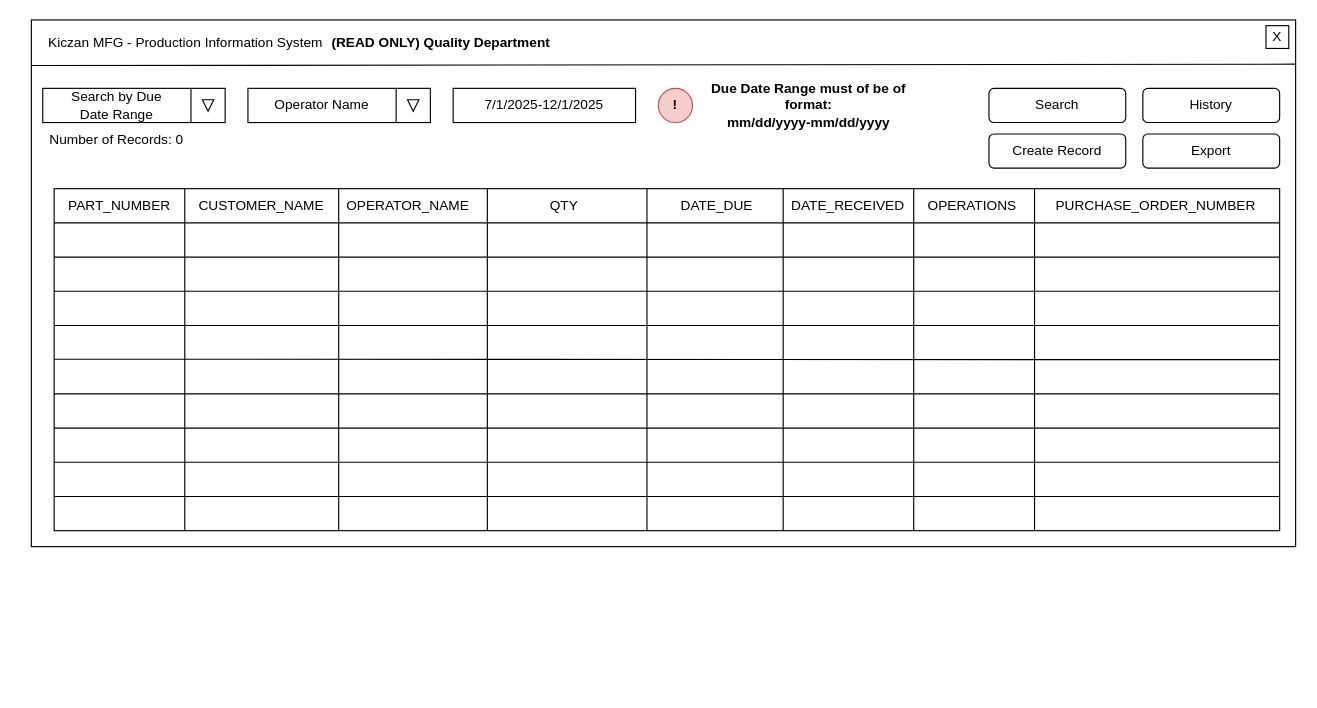
JrST90/Team2CapstoneProject keeps this draw.io diagram as Main User Interface Wireframe Search By Due Date Range (READONLY) VALIDATION ERROR.drawio. Above is the earlier version. Source tidied: cells renumbered, new cells numbered last; positions are measured from the earlier drawing's top-left corner, leaving out a move shared by most shapes. Both pictures are drawn from the tidied source at 114%, with x=0, y=0 at pixel (19, 19).
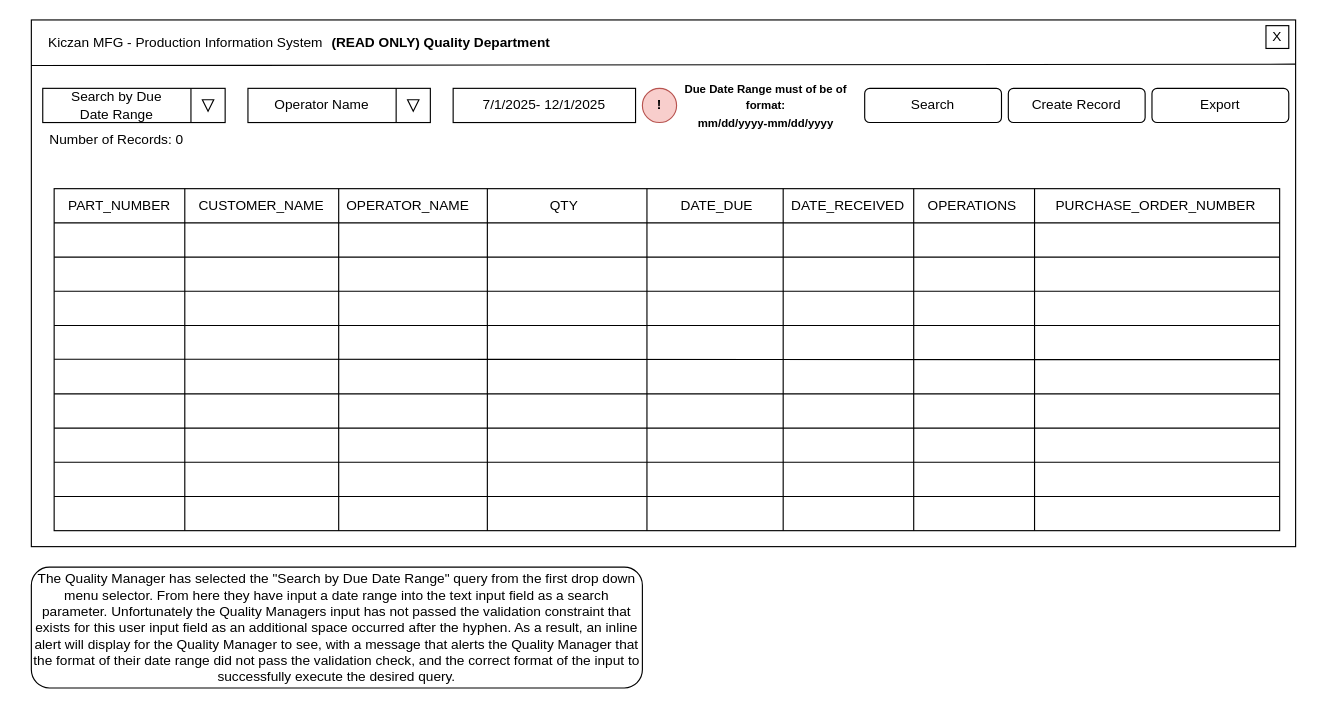
The same diagram, later.

Diff of the diagram source:
```diff
@@
-    <mxCell id="8" value="7/1/2025-12/1/2025" style="rounded=0;whiteSpace=wrap;html=1;" parent="1" vertex="1">
+    <mxCell id="8" value="7/1/2025- 12/1/2025" style="rounded=0;whiteSpace=wrap;html=1;" parent="1" vertex="1">
       <mxGeometry x="380" y="60" width="160" height="30" as="geometry" />
     </mxCell>
     <mxCell id="9" value="Search" style="rounded=1;whiteSpace=wrap;html=1;" parent="1" vertex="1">
-      <mxGeometry x="850" y="60" width="120" height="30" as="geometry" />
+      <mxGeometry x="741" y="60" width="120" height="30" as="geometry" />
     </mxCell>
@@
     <mxCell id="31" value="Create Record" style="rounded=1;whiteSpace=wrap;html=1;" parent="1" vertex="1">
-      <mxGeometry x="850" y="100" width="120" height="30" as="geometry" />
+      <mxGeometry x="867" y="60" width="120" height="30" as="geometry" />
     </mxCell>
@@
-    <mxCell id="43" value="History" style="rounded=1;whiteSpace=wrap;html=1;" parent="1" vertex="1">
-      <mxGeometry x="985" y="60" width="120" height="30" as="geometry" />
-    </mxCell>
     <mxCell id="44" value="Export" style="rounded=1;whiteSpace=wrap;html=1;" parent="1" vertex="1">
-      <mxGeometry x="985" y="100" width="120" height="30" as="geometry" />
+      <mxGeometry x="993" y="60" width="120" height="30" as="geometry" />
     </mxCell>
@@
     <mxCell id="46" value="&lt;b&gt;!&lt;/b&gt;" style="ellipse;whiteSpace=wrap;html=1;fillColor=#f8cecc;strokeColor=#b85450;" parent="1" vertex="1">
-      <mxGeometry x="560" y="60" width="30" height="30" as="geometry" />
+      <mxGeometry x="546" y="60" width="30" height="30" as="geometry" />
     </mxCell>
-    <mxCell id="47" value="&lt;b&gt;Due Date Range must of be of format:&lt;/b&gt;&lt;div&gt;&lt;b&gt;mm/dd/yyyy-mm/dd/yyyy&lt;/b&gt;&lt;/div&gt;" style="text;html=1;whiteSpace=wrap;strokeColor=none;fillColor=none;align=center;verticalAlign=middle;rounded=0;" parent="1" vertex="1">
-      <mxGeometry x="600" y="60" width="184" height="30" as="geometry" />
+    <mxCell id="47" value="&lt;b&gt;&lt;font style=&quot;font-size: 10px;&quot;&gt;Due Date Range must of be of format:&lt;/font&gt;&lt;/b&gt;&lt;div&gt;&lt;b&gt;&lt;font style=&quot;font-size: 10px;&quot;&gt;mm/dd/yyyy-mm/dd/yyyy&lt;/font&gt;&lt;/b&gt;&lt;/div&gt;" style="text;html=1;whiteSpace=wrap;strokeColor=none;fillColor=none;align=center;verticalAlign=middle;rounded=0;" parent="1" vertex="1">
+      <mxGeometry x="572" y="60" width="165" height="30" as="geometry" />
     </mxCell>
+    <mxCell id="48" value="The Quality Manager has selected the &quot;Search by Due Date Range&quot; query from the first drop down menu selector. From here they have input a date range into the text input field as a search parameter. Unfortunately the Quality Managers input has not passed the validation constraint that exists for this user input field as an additional space occurred after the hyphen. As a result, an inline alert will display for the Quality Manager to see, with a message that alerts the Quality Manager that the format of their date range did not pass the validation check, and the correct format of the input to successfully execute the desired query." style="rounded=1;whiteSpace=wrap;html=1;" parent="1" vertex="1">
+      <mxGeometry x="10" y="480" width="536" height="106" as="geometry" />
+    </mxCell>
```
